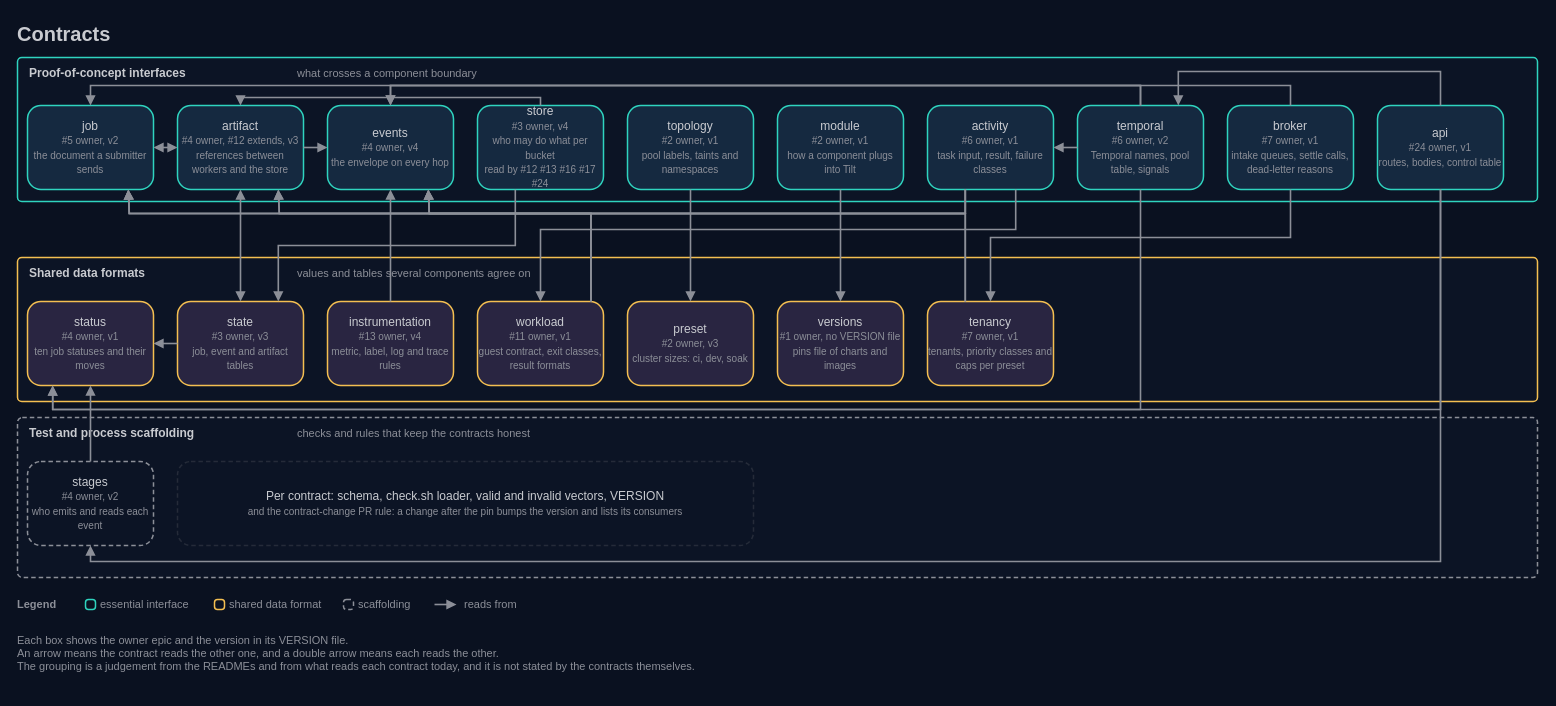
Above: docs/architecture/15-contracts.drawio in AndoNorth/disyard (draw.io), before the change. Source tidied: cells renumbered, new cells numbered last; positions are measured from the earlier drawing's top-left corner, leaving out a move shared by most shapes. Both pictures are drawn from the tidied source at 100%, with x=0, y=0 at pixel (17, 17).
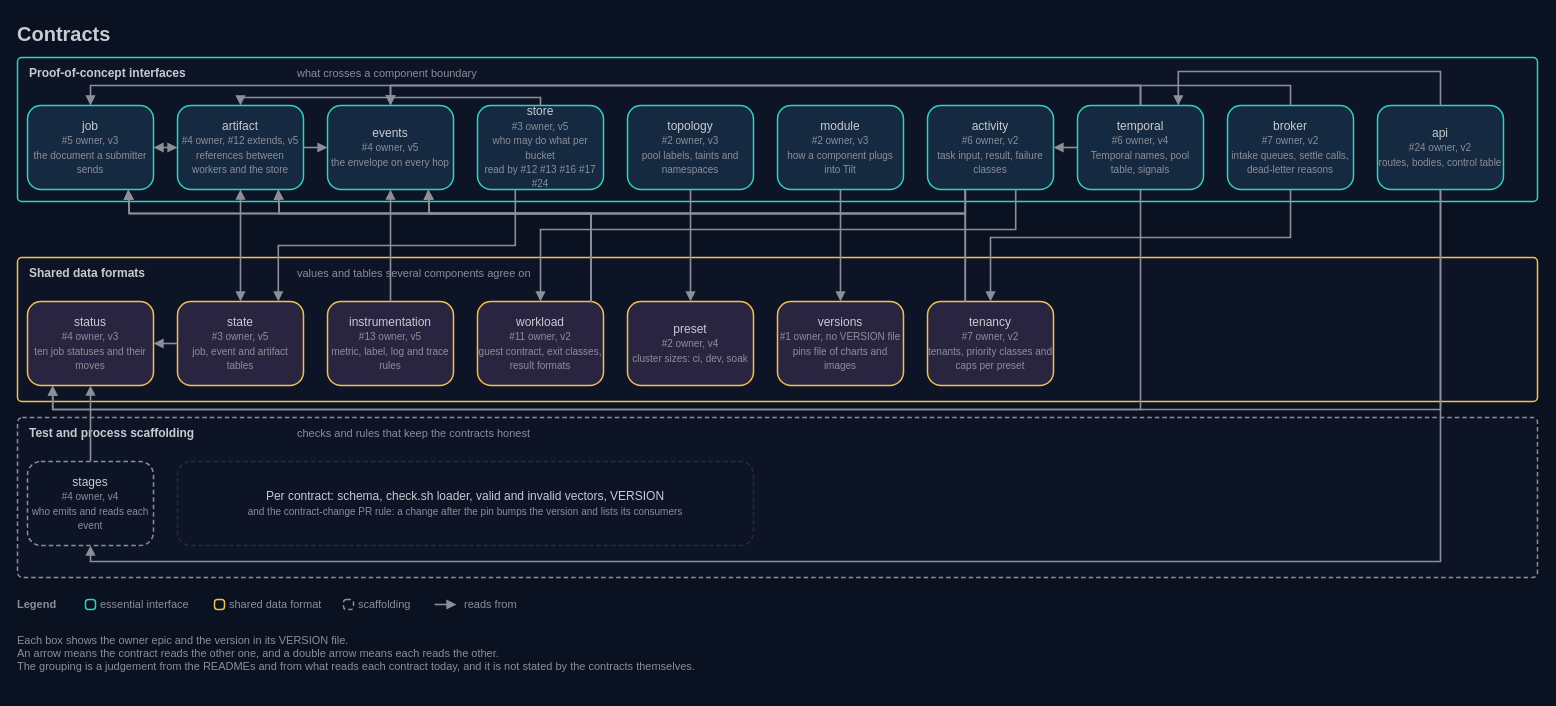
Above is the later version.

Diff of the diagram source:
```diff
@@
-    <mxCell id="12" value="job&lt;br&gt;&lt;font color=&quot;#8c8f98&quot; style=&quot;font-size:10px&quot;&gt;#5 owner, v2&lt;br&gt;the document a submitter sends&lt;/font&gt;" style="rounded=1;arcSize=16;html=1;whiteSpace=wrap;fillColor=#152940;strokeColor=#2fd4bf;strokeWidth=1.5;fontColor=#c9cbd0;fontSize=12;fontFamily=IBM Plex Sans;align=center;verticalAlign=middle;" parent="1" vertex="1">
+    <mxCell id="12" value="job&lt;br&gt;&lt;font color=&quot;#8c8f98&quot; style=&quot;font-size:10px&quot;&gt;#5 owner, v3&lt;br&gt;the document a submitter sends&lt;/font&gt;" style="rounded=1;arcSize=16;html=1;whiteSpace=wrap;fillColor=#152940;strokeColor=#2fd4bf;strokeWidth=1.5;fontColor=#c9cbd0;fontSize=12;fontFamily=IBM Plex Sans;align=center;verticalAlign=middle;" parent="1" vertex="1">
       <mxGeometry x="10" y="88" width="126" height="84" as="geometry" />
     </mxCell>
-    <mxCell id="13" value="activity&lt;br&gt;&lt;font color=&quot;#8c8f98&quot; style=&quot;font-size:10px&quot;&gt;#6 owner, v1&lt;br&gt;task input, result, failure classes&lt;/font&gt;" style="rounded=1;arcSize=16;html=1;whiteSpace=wrap;fillColor=#152940;strokeColor=#2fd4bf;strokeWidth=1.5;fontColor=#c9cbd0;fontSize=12;fontFamily=IBM Plex Sans;align=center;verticalAlign=middle;" parent="1" vertex="1">
+    <mxCell id="13" value="activity&lt;br&gt;&lt;font color=&quot;#8c8f98&quot; style=&quot;font-size:10px&quot;&gt;#6 owner, v2&lt;br&gt;task input, result, failure classes&lt;/font&gt;" style="rounded=1;arcSize=16;html=1;whiteSpace=wrap;fillColor=#152940;strokeColor=#2fd4bf;strokeWidth=1.5;fontColor=#c9cbd0;fontSize=12;fontFamily=IBM Plex Sans;align=center;verticalAlign=middle;" parent="1" vertex="1">
       <mxGeometry x="910" y="88" width="126" height="84" as="geometry" />
     </mxCell>
-    <mxCell id="14" value="temporal&lt;br&gt;&lt;font color=&quot;#8c8f98&quot; style=&quot;font-size:10px&quot;&gt;#6 owner, v2&lt;br&gt;Temporal names, pool table, signals&lt;/font&gt;" style="rounded=1;arcSize=16;html=1;whiteSpace=wrap;fillColor=#152940;strokeColor=#2fd4bf;strokeWidth=1.5;fontColor=#c9cbd0;fontSize=12;fontFamily=IBM Plex Sans;align=center;verticalAlign=middle;" parent="1" vertex="1">
+    <mxCell id="14" value="temporal&lt;br&gt;&lt;font color=&quot;#8c8f98&quot; style=&quot;font-size:10px&quot;&gt;#6 owner, v4&lt;br&gt;Temporal names, pool table, signals&lt;/font&gt;" style="rounded=1;arcSize=16;html=1;whiteSpace=wrap;fillColor=#152940;strokeColor=#2fd4bf;strokeWidth=1.5;fontColor=#c9cbd0;fontSize=12;fontFamily=IBM Plex Sans;align=center;verticalAlign=middle;" parent="1" vertex="1">
       <mxGeometry x="1060" y="88" width="126" height="84" as="geometry" />
     </mxCell>
-    <mxCell id="15" value="artifact&lt;br&gt;&lt;font color=&quot;#8c8f98&quot; style=&quot;font-size:10px&quot;&gt;#4 owner, #12 extends, v3&lt;br&gt;references between workers and the store&lt;/font&gt;" style="rounded=1;arcSize=16;html=1;whiteSpace=wrap;fillColor=#152940;strokeColor=#2fd4bf;strokeWidth=1.5;fontColor=#c9cbd0;fontSize=12;fontFamily=IBM Plex Sans;align=center;verticalAlign=middle;" parent="1" vertex="1">
+    <mxCell id="15" value="artifact&lt;br&gt;&lt;font color=&quot;#8c8f98&quot; style=&quot;font-size:10px&quot;&gt;#4 owner, #12 extends, v5&lt;br&gt;references between workers and the store&lt;/font&gt;" style="rounded=1;arcSize=16;html=1;whiteSpace=wrap;fillColor=#152940;strokeColor=#2fd4bf;strokeWidth=1.5;fontColor=#c9cbd0;fontSize=12;fontFamily=IBM Plex Sans;align=center;verticalAlign=middle;" parent="1" vertex="1">
       <mxGeometry x="160" y="88" width="126" height="84" as="geometry" />
     </mxCell>
-    <mxCell id="16" value="events&lt;br&gt;&lt;font color=&quot;#8c8f98&quot; style=&quot;font-size:10px&quot;&gt;#4 owner, v4&lt;br&gt;the envelope on every hop&lt;/font&gt;" style="rounded=1;arcSize=16;html=1;whiteSpace=wrap;fillColor=#152940;strokeColor=#2fd4bf;strokeWidth=1.5;fontColor=#c9cbd0;fontSize=12;fontFamily=IBM Plex Sans;align=center;verticalAlign=middle;" parent="1" vertex="1">
+    <mxCell id="16" value="events&lt;br&gt;&lt;font color=&quot;#8c8f98&quot; style=&quot;font-size:10px&quot;&gt;#4 owner, v5&lt;br&gt;the envelope on every hop&lt;/font&gt;" style="rounded=1;arcSize=16;html=1;whiteSpace=wrap;fillColor=#152940;strokeColor=#2fd4bf;strokeWidth=1.5;fontColor=#c9cbd0;fontSize=12;fontFamily=IBM Plex Sans;align=center;verticalAlign=middle;" parent="1" vertex="1">
       <mxGeometry x="310" y="88" width="126" height="84" as="geometry" />
     </mxCell>
-    <mxCell id="17" value="store&lt;br&gt;&lt;font color=&quot;#8c8f98&quot; style=&quot;font-size:10px&quot;&gt;#3 owner, v4&lt;br&gt;who may do what per bucket&lt;br&gt;read by #12 #13 #16 #17 #24&lt;/font&gt;" style="rounded=1;arcSize=16;html=1;whiteSpace=wrap;fillColor=#152940;strokeColor=#2fd4bf;strokeWidth=1.5;fontColor=#c9cbd0;fontSize=12;fontFamily=IBM Plex Sans;align=center;verticalAlign=middle;" parent="1" vertex="1">
+    <mxCell id="17" value="store&lt;br&gt;&lt;font color=&quot;#8c8f98&quot; style=&quot;font-size:10px&quot;&gt;#3 owner, v5&lt;br&gt;who may do what per bucket&lt;br&gt;read by #12 #13 #16 #17 #24&lt;/font&gt;" style="rounded=1;arcSize=16;html=1;whiteSpace=wrap;fillColor=#152940;strokeColor=#2fd4bf;strokeWidth=1.5;fontColor=#c9cbd0;fontSize=12;fontFamily=IBM Plex Sans;align=center;verticalAlign=middle;" parent="1" vertex="1">
       <mxGeometry x="460" y="88" width="126" height="84" as="geometry" />
     </mxCell>
-    <mxCell id="18" value="topology&lt;br&gt;&lt;font color=&quot;#8c8f98&quot; style=&quot;font-size:10px&quot;&gt;#2 owner, v1&lt;br&gt;pool labels, taints and namespaces&lt;/font&gt;" style="rounded=1;arcSize=16;html=1;whiteSpace=wrap;fillColor=#152940;strokeColor=#2fd4bf;strokeWidth=1.5;fontColor=#c9cbd0;fontSize=12;fontFamily=IBM Plex Sans;align=center;verticalAlign=middle;" parent="1" vertex="1">
+    <mxCell id="18" value="topology&lt;br&gt;&lt;font color=&quot;#8c8f98&quot; style=&quot;font-size:10px&quot;&gt;#2 owner, v3&lt;br&gt;pool labels, taints and namespaces&lt;/font&gt;" style="rounded=1;arcSize=16;html=1;whiteSpace=wrap;fillColor=#152940;strokeColor=#2fd4bf;strokeWidth=1.5;fontColor=#c9cbd0;fontSize=12;fontFamily=IBM Plex Sans;align=center;verticalAlign=middle;" parent="1" vertex="1">
       <mxGeometry x="610" y="88" width="126" height="84" as="geometry" />
     </mxCell>
-    <mxCell id="19" value="module&lt;br&gt;&lt;font color=&quot;#8c8f98&quot; style=&quot;font-size:10px&quot;&gt;#2 owner, v1&lt;br&gt;how a component plugs into Tilt&lt;/font&gt;" style="rounded=1;arcSize=16;html=1;whiteSpace=wrap;fillColor=#152940;strokeColor=#2fd4bf;strokeWidth=1.5;fontColor=#c9cbd0;fontSize=12;fontFamily=IBM Plex Sans;align=center;verticalAlign=middle;" parent="1" vertex="1">
+    <mxCell id="19" value="module&lt;br&gt;&lt;font color=&quot;#8c8f98&quot; style=&quot;font-size:10px&quot;&gt;#2 owner, v3&lt;br&gt;how a component plugs into Tilt&lt;/font&gt;" style="rounded=1;arcSize=16;html=1;whiteSpace=wrap;fillColor=#152940;strokeColor=#2fd4bf;strokeWidth=1.5;fontColor=#c9cbd0;fontSize=12;fontFamily=IBM Plex Sans;align=center;verticalAlign=middle;" parent="1" vertex="1">
       <mxGeometry x="760" y="88" width="126" height="84" as="geometry" />
     </mxCell>
-    <mxCell id="20" value="status&lt;br&gt;&lt;font color=&quot;#8c8f98&quot; style=&quot;font-size:10px&quot;&gt;#4 owner, v1&lt;br&gt;ten job statuses and their moves&lt;/font&gt;" style="rounded=1;arcSize=16;html=1;whiteSpace=wrap;fillColor=#292541;strokeColor=#f4bf51;strokeWidth=1.5;fontColor=#c9cbd0;fontSize=12;fontFamily=IBM Plex Sans;align=center;verticalAlign=middle;" parent="1" vertex="1">
+    <mxCell id="20" value="status&lt;br&gt;&lt;font color=&quot;#8c8f98&quot; style=&quot;font-size:10px&quot;&gt;#4 owner, v3&lt;br&gt;ten job statuses and their moves&lt;/font&gt;" style="rounded=1;arcSize=16;html=1;whiteSpace=wrap;fillColor=#292541;strokeColor=#f4bf51;strokeWidth=1.5;fontColor=#c9cbd0;fontSize=12;fontFamily=IBM Plex Sans;align=center;verticalAlign=middle;" parent="1" vertex="1">
       <mxGeometry x="10" y="284" width="126" height="84" as="geometry" />
     </mxCell>
-    <mxCell id="21" value="state&lt;br&gt;&lt;font color=&quot;#8c8f98&quot; style=&quot;font-size:10px&quot;&gt;#3 owner, v3&lt;br&gt;job, event and artifact tables&lt;/font&gt;" style="rounded=1;arcSize=16;html=1;whiteSpace=wrap;fillColor=#292541;strokeColor=#f4bf51;strokeWidth=1.5;fontColor=#c9cbd0;fontSize=12;fontFamily=IBM Plex Sans;align=center;verticalAlign=middle;" parent="1" vertex="1">
+    <mxCell id="21" value="state&lt;br&gt;&lt;font color=&quot;#8c8f98&quot; style=&quot;font-size:10px&quot;&gt;#3 owner, v5&lt;br&gt;job, event and artifact tables&lt;/font&gt;" style="rounded=1;arcSize=16;html=1;whiteSpace=wrap;fillColor=#292541;strokeColor=#f4bf51;strokeWidth=1.5;fontColor=#c9cbd0;fontSize=12;fontFamily=IBM Plex Sans;align=center;verticalAlign=middle;" parent="1" vertex="1">
       <mxGeometry x="160" y="284" width="126" height="84" as="geometry" />
     </mxCell>
-    <mxCell id="22" value="instrumentation&lt;br&gt;&lt;font color=&quot;#8c8f98&quot; style=&quot;font-size:10px&quot;&gt;#13 owner, v4&lt;br&gt;metric, label, log and trace rules&lt;/font&gt;" style="rounded=1;arcSize=16;html=1;whiteSpace=wrap;fillColor=#292541;strokeColor=#f4bf51;strokeWidth=1.5;fontColor=#c9cbd0;fontSize=12;fontFamily=IBM Plex Sans;align=center;verticalAlign=middle;" parent="1" vertex="1">
+    <mxCell id="22" value="instrumentation&lt;br&gt;&lt;font color=&quot;#8c8f98&quot; style=&quot;font-size:10px&quot;&gt;#13 owner, v5&lt;br&gt;metric, label, log and trace rules&lt;/font&gt;" style="rounded=1;arcSize=16;html=1;whiteSpace=wrap;fillColor=#292541;strokeColor=#f4bf51;strokeWidth=1.5;fontColor=#c9cbd0;fontSize=12;fontFamily=IBM Plex Sans;align=center;verticalAlign=middle;" parent="1" vertex="1">
       <mxGeometry x="310" y="284" width="126" height="84" as="geometry" />
     </mxCell>
-    <mxCell id="23" value="preset&lt;br&gt;&lt;font color=&quot;#8c8f98&quot; style=&quot;font-size:10px&quot;&gt;#2 owner, v3&lt;br&gt;cluster sizes: ci, dev, soak&lt;/font&gt;" style="rounded=1;arcSize=16;html=1;whiteSpace=wrap;fillColor=#292541;strokeColor=#f4bf51;strokeWidth=1.5;fontColor=#c9cbd0;fontSize=12;fontFamily=IBM Plex Sans;align=center;verticalAlign=middle;" parent="1" vertex="1">
+    <mxCell id="23" value="preset&lt;br&gt;&lt;font color=&quot;#8c8f98&quot; style=&quot;font-size:10px&quot;&gt;#2 owner, v4&lt;br&gt;cluster sizes: ci, dev, soak&lt;/font&gt;" style="rounded=1;arcSize=16;html=1;whiteSpace=wrap;fillColor=#292541;strokeColor=#f4bf51;strokeWidth=1.5;fontColor=#c9cbd0;fontSize=12;fontFamily=IBM Plex Sans;align=center;verticalAlign=middle;" parent="1" vertex="1">
       <mxGeometry x="610" y="284" width="126" height="84" as="geometry" />
     </mxCell>
@@
-    <mxCell id="25" value="stages&lt;br&gt;&lt;font color=&quot;#8c8f98&quot; style=&quot;font-size:10px&quot;&gt;#4 owner, v2&lt;br&gt;who emits and reads each event&lt;/font&gt;" style="rounded=1;arcSize=16;html=1;whiteSpace=wrap;fillColor=#0c1425;strokeColor=#8c8f98;strokeWidth=1.5;dashed=1;dashPattern=3 2;fontColor=#c9cbd0;fontSize=12;fontFamily=IBM Plex Sans;align=center;verticalAlign=middle;" parent="1" vertex="1">
+    <mxCell id="25" value="stages&lt;br&gt;&lt;font color=&quot;#8c8f98&quot; style=&quot;font-size:10px&quot;&gt;#4 owner, v4&lt;br&gt;who emits and reads each event&lt;/font&gt;" style="rounded=1;arcSize=16;html=1;whiteSpace=wrap;fillColor=#0c1425;strokeColor=#8c8f98;strokeWidth=1.5;dashed=1;dashPattern=3 2;fontColor=#c9cbd0;fontSize=12;fontFamily=IBM Plex Sans;align=center;verticalAlign=middle;" parent="1" vertex="1">
       <mxGeometry x="10" y="444" width="126" height="84" as="geometry" />
     </mxCell>
@@
-    <mxCell id="27" value="workload&lt;br&gt;&lt;font color=&quot;#8c8f98&quot; style=&quot;font-size:10px&quot;&gt;#11 owner, v1&lt;br&gt;guest contract, exit classes, result formats&lt;/font&gt;" style="rounded=1;arcSize=16;html=1;whiteSpace=wrap;fillColor=#292541;strokeColor=#f4bf51;strokeWidth=1.5;fontColor=#c9cbd0;fontSize=12;fontFamily=IBM Plex Sans;align=center;verticalAlign=middle;" parent="1" vertex="1">
+    <mxCell id="27" value="workload&lt;br&gt;&lt;font color=&quot;#8c8f98&quot; style=&quot;font-size:10px&quot;&gt;#11 owner, v2&lt;br&gt;guest contract, exit classes, result formats&lt;/font&gt;" style="rounded=1;arcSize=16;html=1;whiteSpace=wrap;fillColor=#292541;strokeColor=#f4bf51;strokeWidth=1.5;fontColor=#c9cbd0;fontSize=12;fontFamily=IBM Plex Sans;align=center;verticalAlign=middle;" parent="1" vertex="1">
       <mxGeometry x="460" y="284" width="126" height="84" as="geometry" />
     </mxCell>
@@
-    <mxCell id="49" value="broker&lt;br&gt;&lt;font color=&quot;#8c8f98&quot; style=&quot;font-size:10px&quot;&gt;#7 owner, v1&lt;br&gt;intake queues, settle calls, dead-letter reasons&lt;/font&gt;" style="rounded=1;arcSize=16;html=1;whiteSpace=wrap;fillColor=#152940;strokeColor=#2fd4bf;strokeWidth=1.5;fontColor=#c9cbd0;fontSize=12;fontFamily=IBM Plex Sans;align=center;verticalAlign=middle;" parent="1" vertex="1">
+    <mxCell id="49" value="broker&lt;br&gt;&lt;font color=&quot;#8c8f98&quot; style=&quot;font-size:10px&quot;&gt;#7 owner, v2&lt;br&gt;intake queues, settle calls, dead-letter reasons&lt;/font&gt;" style="rounded=1;arcSize=16;html=1;whiteSpace=wrap;fillColor=#152940;strokeColor=#2fd4bf;strokeWidth=1.5;fontColor=#c9cbd0;fontSize=12;fontFamily=IBM Plex Sans;align=center;verticalAlign=middle;" parent="1" vertex="1">
       <mxGeometry x="1210" y="88" width="126" height="84" as="geometry" />
     </mxCell>
-    <mxCell id="50" value="api&lt;br&gt;&lt;font color=&quot;#8c8f98&quot; style=&quot;font-size:10px&quot;&gt;#24 owner, v1&lt;br&gt;routes, bodies, control table&lt;/font&gt;" style="rounded=1;arcSize=16;html=1;whiteSpace=wrap;fillColor=#152940;strokeColor=#2fd4bf;strokeWidth=1.5;fontColor=#c9cbd0;fontSize=12;fontFamily=IBM Plex Sans;align=center;verticalAlign=middle;" parent="1" vertex="1">
+    <mxCell id="50" value="api&lt;br&gt;&lt;font color=&quot;#8c8f98&quot; style=&quot;font-size:10px&quot;&gt;#24 owner, v2&lt;br&gt;routes, bodies, control table&lt;/font&gt;" style="rounded=1;arcSize=16;html=1;whiteSpace=wrap;fillColor=#152940;strokeColor=#2fd4bf;strokeWidth=1.5;fontColor=#c9cbd0;fontSize=12;fontFamily=IBM Plex Sans;align=center;verticalAlign=middle;" parent="1" vertex="1">
       <mxGeometry x="1360" y="88" width="126" height="84" as="geometry" />
     </mxCell>
@@
-    <mxCell id="54" value="tenancy&lt;br&gt;&lt;font color=&quot;#8c8f98&quot; style=&quot;font-size:10px&quot;&gt;#7 owner, v1&lt;br&gt;tenants, priority classes and caps per preset&lt;/font&gt;" style="rounded=1;arcSize=16;html=1;whiteSpace=wrap;fillColor=#292541;strokeColor=#f4bf51;strokeWidth=1.5;fontColor=#c9cbd0;fontSize=12;fontFamily=IBM Plex Sans;align=center;verticalAlign=middle;" parent="1" vertex="1">
+    <mxCell id="54" value="tenancy&lt;br&gt;&lt;font color=&quot;#8c8f98&quot; style=&quot;font-size:10px&quot;&gt;#7 owner, v2&lt;br&gt;tenants, priority classes and caps per preset&lt;/font&gt;" style="rounded=1;arcSize=16;html=1;whiteSpace=wrap;fillColor=#292541;strokeColor=#f4bf51;strokeWidth=1.5;fontColor=#c9cbd0;fontSize=12;fontFamily=IBM Plex Sans;align=center;verticalAlign=middle;" parent="1" vertex="1">
       <mxGeometry x="910" y="284" width="126" height="84" as="geometry" />
     </mxCell>
```
